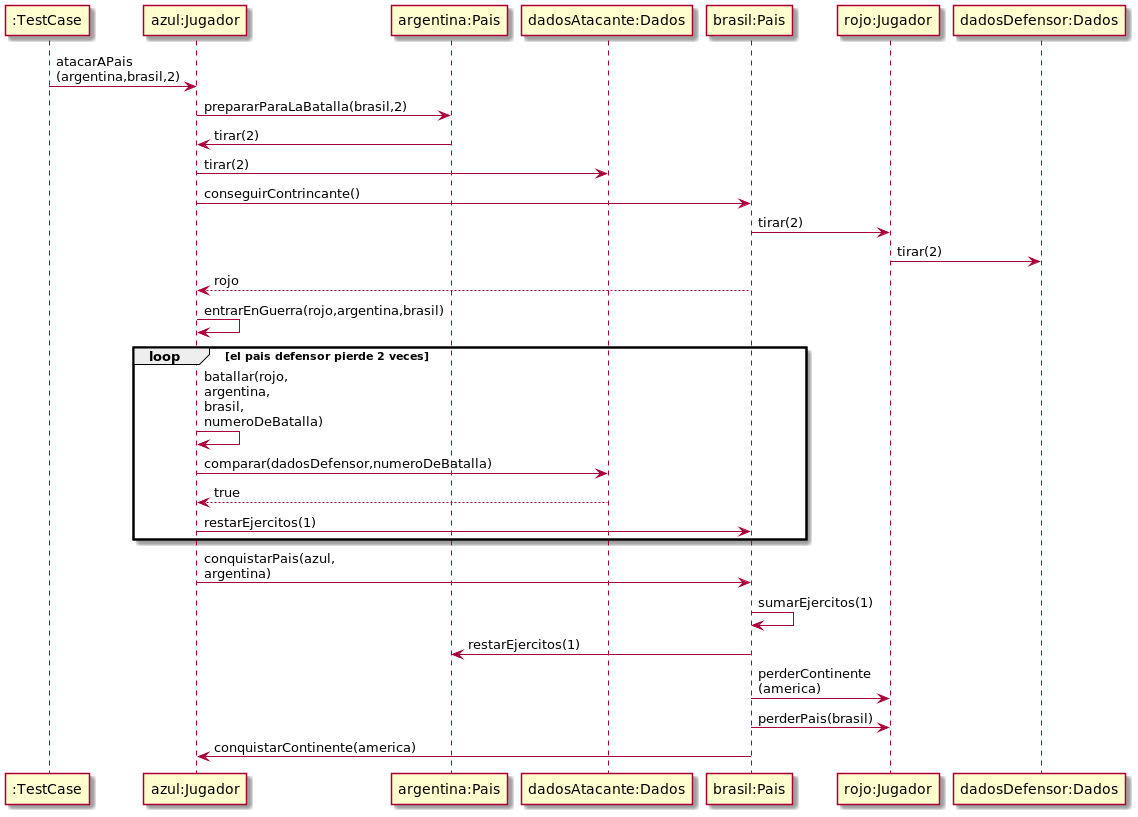
Earlier version of the PlantUML export Diagramas UML/Secuencia/ataque_conquista.png (Manu-jesus/Algo3_Tp2_TEG).
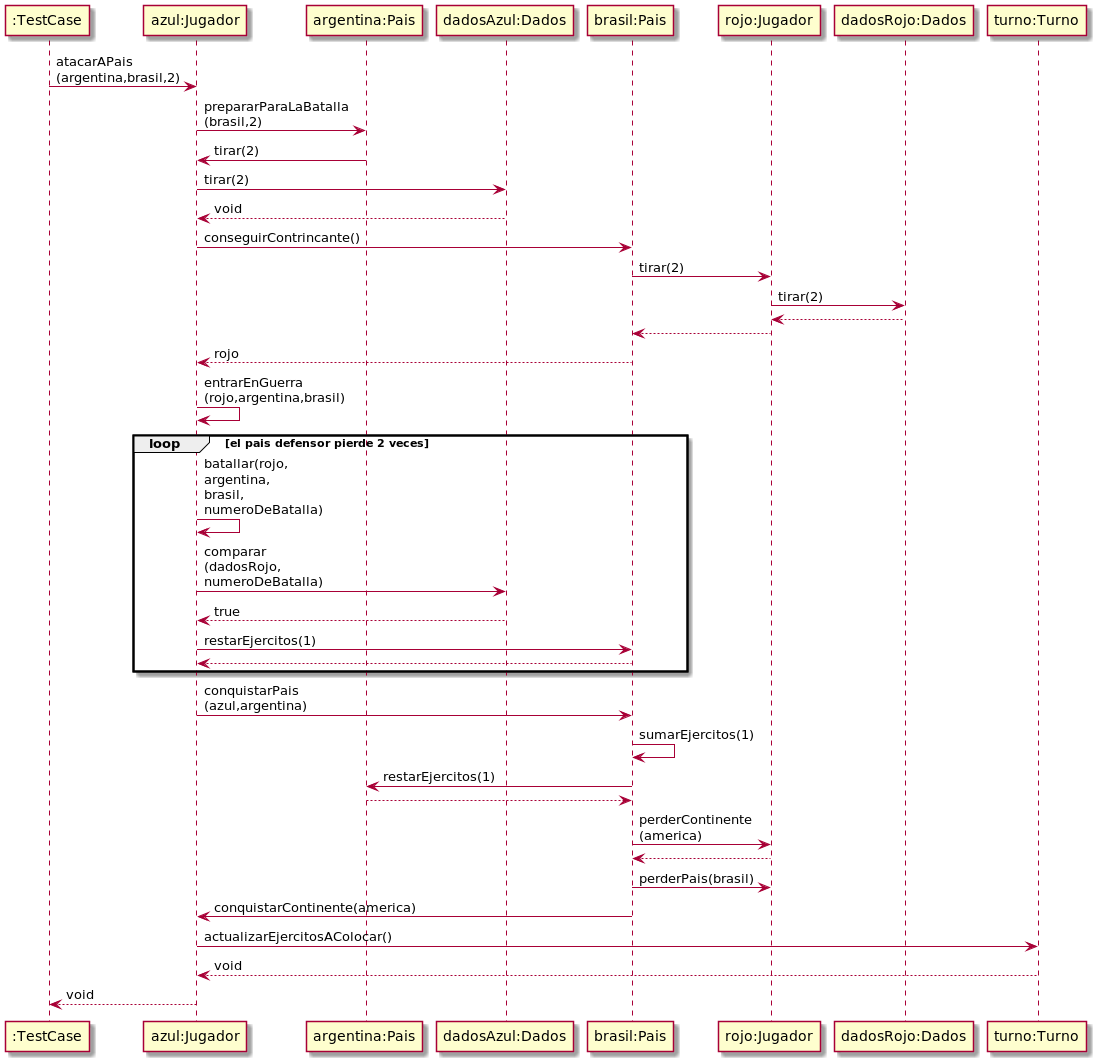
After the commit.

The edit, as a diff of the source:
```diff
@@ -3,30 +3,37 @@
 
 ":TestCase" -> "azul:Jugador" : atacarAPais (argentina,brasil,2)
 
-"azul:Jugador" -> "argentina:Pais" : prepararParaLaBatalla(brasil,2)
+"azul:Jugador" -> "argentina:Pais" : prepararParaLaBatalla (brasil,2)
 "argentina:Pais" -> "azul:Jugador" : tirar(2)
-"azul:Jugador" -> "dadosAtacante:Dados" : tirar(2)
+"azul:Jugador" -> "dadosAzul:Dados" : tirar(2)
+"dadosAzul:Dados" --> "azul:Jugador" : void
 
 "azul:Jugador" -> "brasil:Pais" : conseguirContrincante()
 "brasil:Pais" -> "rojo:Jugador" : tirar(2)
-"rojo:Jugador" -> "dadosDefensor:Dados" : tirar(2)
+"rojo:Jugador" -> "dadosRojo:Dados" : tirar(2)
+"dadosRojo:Dados" --> "rojo:Jugador":
+"rojo:Jugador" --> "brasil:Pais":
 
 "brasil:Pais" --> "azul:Jugador" : rojo
-"azul:Jugador" -> "azul:Jugador" : entrarEnGuerra(rojo,argentina,brasil)
+"azul:Jugador" -> "azul:Jugador" : entrarEnGuerra (rojo,argentina,brasil)
 
 loop el pais defensor pierde 2 veces
     "azul:Jugador" -> "azul:Jugador" : batallar(rojo, argentina, brasil, numeroDeBatalla)
-    "azul:Jugador" -> "dadosAtacante:Dados" : comparar(dadosDefensor,numeroDeBatalla)
-    "dadosAtacante:Dados" --> "azul:Jugador" : true
+    "azul:Jugador" -> "dadosAzul:Dados" : comparar (dadosRojo, numeroDeBatalla)
+    "dadosAzul:Dados" --> "azul:Jugador" : true
     "azul:Jugador" -> "brasil:Pais" : restarEjercitos(1)
-
+    "brasil:Pais" --> "azul:Jugador":
     end
-"azul:Jugador" -> "brasil:Pais" : conquistarPais(azul, argentina)
+"azul:Jugador" -> "brasil:Pais" : conquistarPais (azul,argentina)
 
 "brasil:Pais" -> "brasil:Pais" : sumarEjercitos(1)
 "brasil:Pais" -> "argentina:Pais" : restarEjercitos(1)
+"argentina:Pais" --> "brasil:Pais":
 "brasil:Pais" -> "rojo:Jugador" : perderContinente (america)
+"rojo:Jugador" --> "brasil:Pais":
 "brasil:Pais" -> "rojo:Jugador" : perderPais(brasil)
 "brasil:Pais" -> "azul:Jugador" : conquistarContinente(america)
-
+"azul:Jugador" -> "turno:Turno": actualizarEjercitosAColocar()
+"turno:Turno" --> "azul:Jugador": void
+"azul:Jugador" --> ":TestCase": void
 @enduml
```
